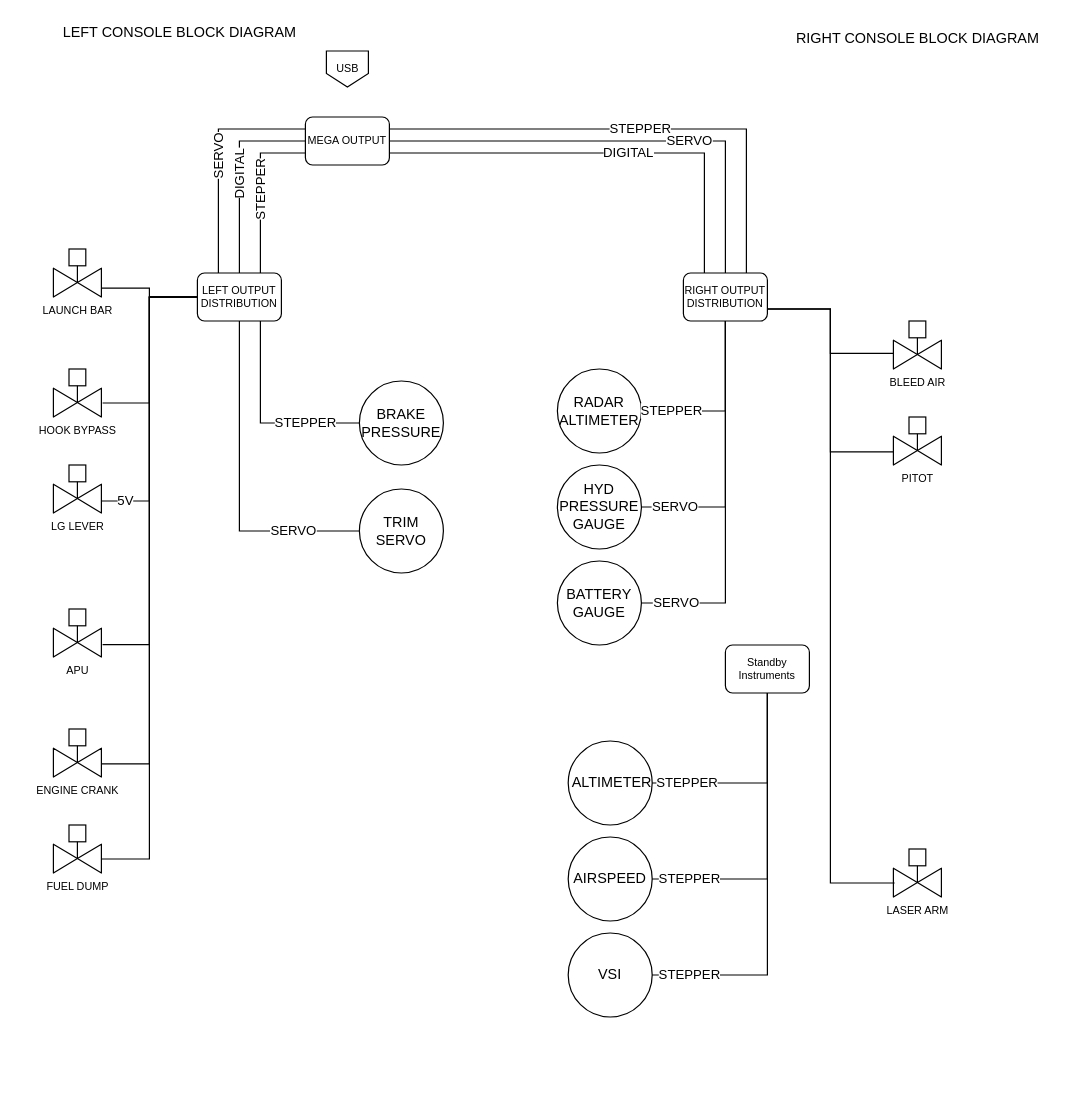
Earlier version of the draw.io diagram page "BLOCK DIAGRAM" (6 of 8) of Hornet/Hornet Documentation/Hornet High-Level Connectivity .drawio (bnepethomas/bne-arduino-flight-simulator-interfaces). Source tidied: cells renumbered, new cells numbered last; positions are measured from the earlier drawing's top-left corner, leaving out a move shared by most shapes. Both pictures are drawn from the tidied source at 120%, with x=0, y=0 at pixel (53, 20).
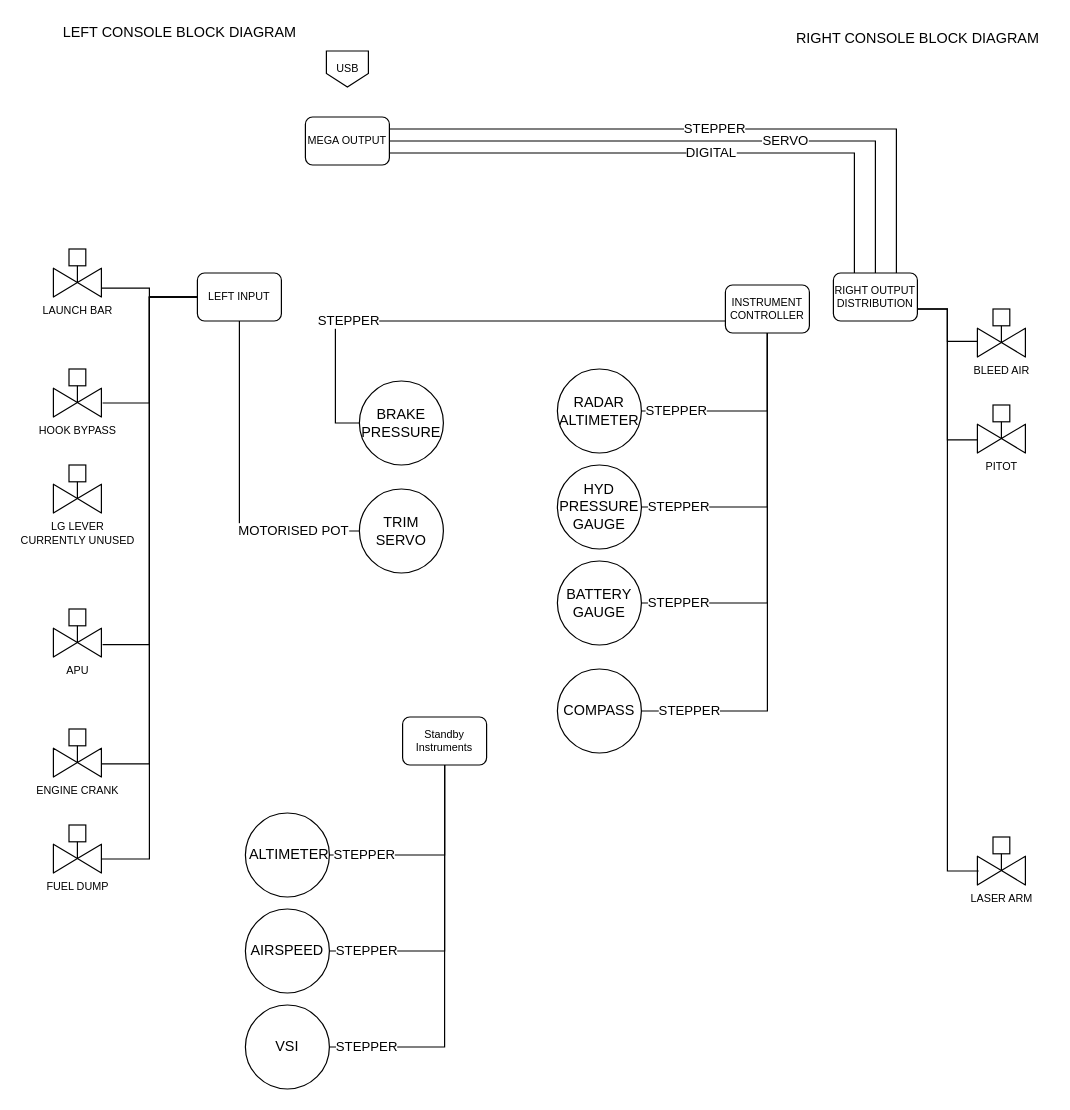
After the change.

The change refers to these unchanged cells:
```xml
<mxCell id="6" value="BRAKE&lt;br&gt;PRESSURE" style="ellipse;whiteSpace=wrap;html=1;" parent="1" vertex="1">
  <mxGeometry x="255" y="300" width="70" height="70" as="geometry" />
</mxCell>
<mxCell id="16" value="RADAR ALTIMETER" style="ellipse;whiteSpace=wrap;html=1;" parent="1" vertex="1">
  <mxGeometry x="420" y="290" width="70" height="70" as="geometry" />
</mxCell>
<mxCell id="17" value="HYD PRESSURE&lt;br&gt;GAUGE" style="ellipse;whiteSpace=wrap;html=1;" parent="1" vertex="1">
  <mxGeometry x="420" y="370" width="70" height="70" as="geometry" />
</mxCell>
<mxCell id="18" value="BATTERY GAUGE" style="ellipse;whiteSpace=wrap;html=1;" parent="1" vertex="1">
  <mxGeometry x="420" y="450" width="70" height="70" as="geometry" />
</mxCell>
<mxCell id="20" value="MEGA OUTPUT" style="rounded=1;whiteSpace=wrap;html=1;fontSize=9;" parent="1" vertex="1">
  <mxGeometry x="210" y="80" width="70" height="40" as="geometry" />
</mxCell>
<mxCell id="29" value="TRIM SERVO" style="ellipse;whiteSpace=wrap;html=1;" parent="1" vertex="1">
  <mxGeometry x="255" y="390" width="70" height="70" as="geometry" />
</mxCell>
```

Change to the diagram source:
```diff
@@
     <mxCell id="5" value="PITOT" style="verticalLabelPosition=bottom;align=center;html=1;verticalAlign=top;dashed=0;shape=mxgraph.pid2valves.valve;valveType=gate;actuator=powered;fontSize=9;" parent="1" vertex="1">
-      <mxGeometry x="700" y="330" width="40" height="40" as="geometry" />
+      <mxGeometry x="770" y="320" width="40" height="40" as="geometry" />
     </mxCell>
@@
-    <mxCell id="9" value="LEFT OUTPUT DISTRIBUTION" style="rounded=1;whiteSpace=wrap;html=1;fontSize=9;" parent="1" vertex="1">
+    <mxCell id="9" value="LEFT INPUT" style="rounded=1;whiteSpace=wrap;html=1;fontSize=9;" parent="1" vertex="1">
       <mxGeometry x="120" y="210" width="70" height="40" as="geometry" />
     </mxCell>
@@
-    <mxCell id="12" value="LG LEVER" style="verticalLabelPosition=bottom;align=center;html=1;verticalAlign=top;dashed=0;shape=mxgraph.pid2valves.valve;valveType=gate;actuator=powered;fontSize=9;" parent="1" vertex="1">
+    <mxCell id="12" value="LG LEVER&lt;br&gt;CURRENTLY UNUSED" style="verticalLabelPosition=bottom;align=center;html=1;verticalAlign=top;dashed=0;shape=mxgraph.pid2valves.valve;valveType=gate;actuator=powered;fontSize=9;" parent="1" vertex="1">
       <mxGeometry y="370" width="40" height="40" as="geometry" />
     </mxCell>
@@
     <mxCell id="15" value="LASER ARM" style="verticalLabelPosition=bottom;align=center;html=1;verticalAlign=top;dashed=0;shape=mxgraph.pid2valves.valve;valveType=gate;actuator=powered;fontSize=9;" parent="1" vertex="1">
-      <mxGeometry x="700" y="690" width="40" height="40" as="geometry" />
+      <mxGeometry x="770" y="680" width="40" height="40" as="geometry" />
     </mxCell>
@@
     <mxCell id="19" value="RIGHT OUTPUT DISTRIBUTION" style="rounded=1;whiteSpace=wrap;html=1;fontSize=9;" parent="1" vertex="1">
-      <mxGeometry x="525" y="210" width="70" height="40" as="geometry" />
+      <mxGeometry x="650" y="210" width="70" height="40" as="geometry" />
     </mxCell>
@@
-    <mxCell id="24" value="5V" style="edgeStyle=orthogonalEdgeStyle;rounded=0;jettySize=auto;html=1;endArrow=none;endFill=0;" parent="1" edge="1" target="12">
-      <mxGeometry x="0.84" relative="1" as="geometry">
-        <mxPoint x="120" y="230" as="sourcePoint" />
-        <Array as="points">
-          <mxPoint x="80" y="230" />
-          <mxPoint x="80" y="400" />
-        </Array>
-      </mxGeometry>
-    </mxCell>
@@
-    <mxCell id="26" value="DIGITAL" style="edgeStyle=orthogonalEdgeStyle;rounded=0;jettySize=auto;html=1;endArrow=none;endFill=0;entryX=0.5;entryY=0;entryDx=0;entryDy=0;exitX=0;exitY=0.5;exitDx=0;exitDy=0;horizontal=0;" parent="1" edge="1" source="20" target="9">
-      <mxGeometry relative="1" as="geometry" />
-    </mxCell>
-    <mxCell id="27" value="SERVO" style="edgeStyle=orthogonalEdgeStyle;rounded=0;jettySize=auto;html=1;endArrow=none;endFill=0;entryX=0.25;entryY=0;entryDx=0;entryDy=0;exitX=0;exitY=0.25;exitDx=0;exitDy=0;horizontal=0;" parent="1" edge="1" source="20" target="9">
-      <mxGeometry relative="1" as="geometry" />
-    </mxCell>
-    <mxCell id="28" value="STEPPER" style="edgeStyle=orthogonalEdgeStyle;rounded=0;jettySize=auto;html=1;endArrow=none;endFill=0;entryX=0.75;entryY=0;entryDx=0;entryDy=0;horizontal=0;exitX=0;exitY=0.75;exitDx=0;exitDy=0;" parent="1" edge="1" source="20" target="9">
-      <mxGeometry relative="1" as="geometry" />
-    </mxCell>
@@
-    <mxCell id="30" value="SERVO" style="edgeStyle=orthogonalEdgeStyle;rounded=0;jettySize=auto;html=1;endArrow=none;endFill=0;entryX=0;entryY=0.5;entryDx=0;entryDy=0;exitX=0.5;exitY=1;exitDx=0;exitDy=0;" parent="1" edge="1" source="9" target="29">
+    <mxCell id="30" value="MOTORISED POT" style="edgeStyle=orthogonalEdgeStyle;rounded=0;jettySize=auto;html=1;endArrow=none;endFill=0;entryX=0;entryY=0.5;entryDx=0;entryDy=0;exitX=0.5;exitY=1;exitDx=0;exitDy=0;" parent="1" edge="1" source="9" target="29">
       <mxGeometry x="0.6" relative="1" as="geometry" />
     </mxCell>
-    <mxCell id="31" value="STEPPER" style="edgeStyle=orthogonalEdgeStyle;rounded=0;jettySize=auto;html=1;endArrow=none;endFill=0;entryX=0;entryY=0.5;entryDx=0;entryDy=0;exitX=0.75;exitY=1;exitDx=0;exitDy=0;" parent="1" edge="1" source="9" target="6">
+    <mxCell id="31" value="STEPPER" style="edgeStyle=orthogonalEdgeStyle;rounded=0;jettySize=auto;html=1;endArrow=none;endFill=0;entryX=0;entryY=0.5;entryDx=0;entryDy=0;exitX=0;exitY=0.75;exitDx=0;exitDy=0;" parent="1" edge="1" source="49" target="6">
       <mxGeometry x="0.46" relative="1" as="geometry" />
     </mxCell>
     <mxCell id="32" value="BLEED AIR" style="verticalLabelPosition=bottom;align=center;html=1;verticalAlign=top;dashed=0;shape=mxgraph.pid2valves.valve;valveType=gate;actuator=powered;fontSize=9;" parent="1" vertex="1">
-      <mxGeometry x="700" y="250" width="40" height="40" as="geometry" />
+      <mxGeometry x="770" y="240" width="40" height="40" as="geometry" />
     </mxCell>
-    <mxCell id="33" value="STEPPER" style="edgeStyle=orthogonalEdgeStyle;rounded=0;jettySize=auto;html=1;endArrow=none;endFill=0;entryX=1;entryY=0.5;entryDx=0;entryDy=0;exitX=0.5;exitY=1;exitDx=0;exitDy=0;" parent="1" edge="1" source="19" target="16">
+    <mxCell id="33" value="STEPPER" style="edgeStyle=orthogonalEdgeStyle;rounded=0;jettySize=auto;html=1;endArrow=none;endFill=0;entryX=1;entryY=0.5;entryDx=0;entryDy=0;exitX=0.5;exitY=1;exitDx=0;exitDy=0;" parent="1" edge="1" source="49" target="16">
       <mxGeometry x="0.66" relative="1" as="geometry" />
     </mxCell>
-    <mxCell id="34" value="SERVO" style="edgeStyle=orthogonalEdgeStyle;rounded=0;jettySize=auto;html=1;endArrow=none;endFill=0;entryX=1;entryY=0.5;entryDx=0;entryDy=0;exitX=0.5;exitY=1;exitDx=0;exitDy=0;" parent="1" edge="1" source="19" target="17">
+    <mxCell id="34" value="STEPPER" style="edgeStyle=orthogonalEdgeStyle;rounded=0;jettySize=auto;html=1;endArrow=none;endFill=0;entryX=1;entryY=0.5;entryDx=0;entryDy=0;exitX=0.5;exitY=1;exitDx=0;exitDy=0;" parent="1" edge="1" source="49" target="17">
       <mxGeometry x="0.75" relative="1" as="geometry" />
     </mxCell>
-    <mxCell id="35" value="SERVO" style="edgeStyle=orthogonalEdgeStyle;rounded=0;jettySize=auto;html=1;endArrow=none;endFill=0;entryX=1;entryY=0.5;entryDx=0;entryDy=0;exitX=0.5;exitY=1;exitDx=0;exitDy=0;" parent="1" edge="1" source="19" target="18">
+    <mxCell id="35" value="STEPPER" style="edgeStyle=orthogonalEdgeStyle;rounded=0;jettySize=auto;html=1;endArrow=none;endFill=0;entryX=1;entryY=0.5;entryDx=0;entryDy=0;exitX=0.5;exitY=1;exitDx=0;exitDy=0;" parent="1" edge="1" source="49" target="18">
       <mxGeometry x="0.81" relative="1" as="geometry" />
     </mxCell>
@@
     <mxCell id="42" value="&amp;nbsp;ALTIMETER" style="ellipse;whiteSpace=wrap;html=1;" parent="1" vertex="1">
-      <mxGeometry x="429" y="600" width="70" height="70" as="geometry" />
+      <mxGeometry x="160" y="660" width="70" height="70" as="geometry" />
     </mxCell>
     <mxCell id="43" value="AIRSPEED" style="ellipse;whiteSpace=wrap;html=1;" parent="1" vertex="1">
-      <mxGeometry x="429" y="680" width="70" height="70" as="geometry" />
+      <mxGeometry x="160" y="740" width="70" height="70" as="geometry" />
     </mxCell>
     <mxCell id="44" value="VSI" style="ellipse;whiteSpace=wrap;html=1;" parent="1" vertex="1">
-      <mxGeometry x="429" y="760" width="70" height="70" as="geometry" />
+      <mxGeometry x="160" y="820" width="70" height="70" as="geometry" />
     </mxCell>
     <mxCell id="45" value="Standby&lt;br&gt;Instruments" style="rounded=1;whiteSpace=wrap;html=1;fontSize=9;" parent="1" vertex="1">
-      <mxGeometry x="560" y="520" width="70" height="40" as="geometry" />
+      <mxGeometry x="291" y="580" width="70" height="40" as="geometry" />
     </mxCell>
@@
+    <mxCell id="49" value="INSTRUMENT CONTROLLER" style="rounded=1;whiteSpace=wrap;html=1;fontSize=9;" parent="1" vertex="1">
+      <mxGeometry x="560" y="220" width="70" height="40" as="geometry" />
+    </mxCell>
+    <mxCell id="50" value="COMPASS" style="ellipse;whiteSpace=wrap;html=1;" parent="1" vertex="1">
+      <mxGeometry x="420" y="540" width="70" height="70" as="geometry" />
+    </mxCell>
+    <mxCell id="28" value="STEPPER" style="edgeStyle=orthogonalEdgeStyle;rounded=0;jettySize=auto;html=1;endArrow=none;endFill=0;entryX=1;entryY=0.5;entryDx=0;entryDy=0;exitX=0.5;exitY=1;exitDx=0;exitDy=0;" parent="1" edge="1" source="49" target="50">
+      <mxGeometry x="0.81" relative="1" as="geometry" />
+    </mxCell>
```
